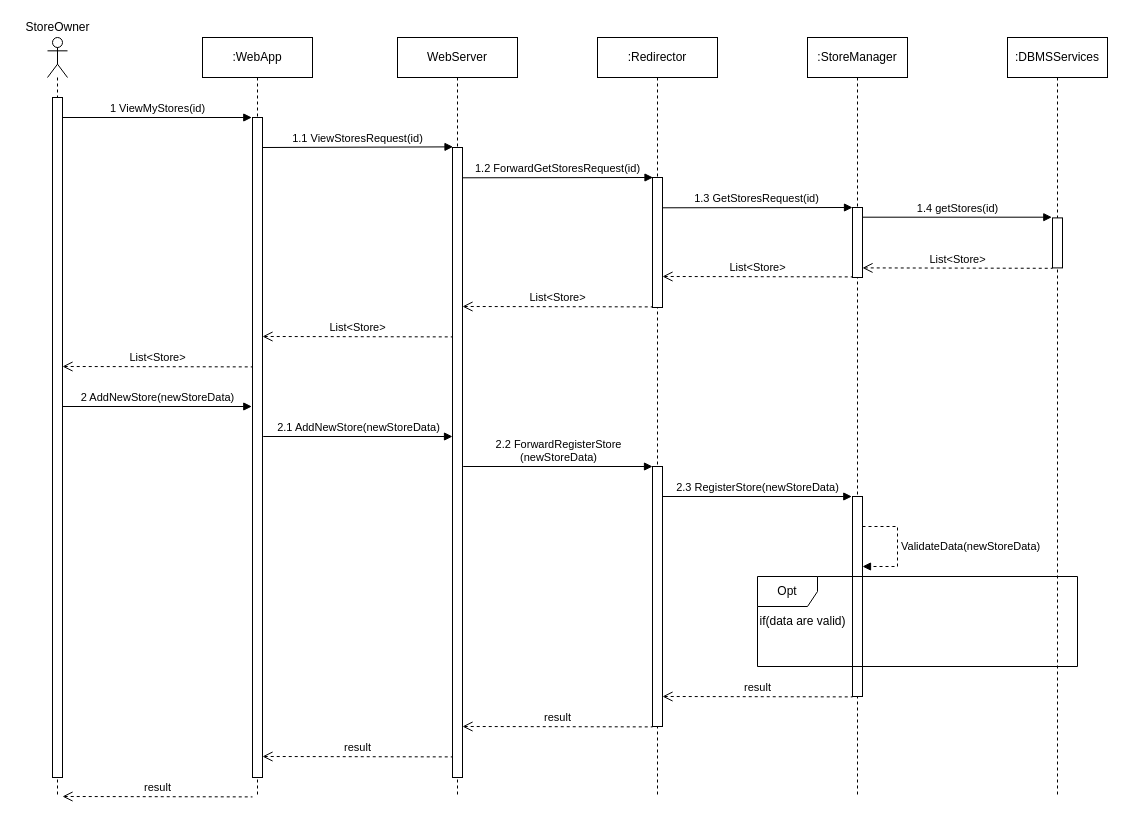
The draw.io diagram DD/Images/RuntimeViewStoreReg.drawio in StefanoAzzone/AbelliAzzone, before the edit. Source tidied: cells renumbered, new cells numbered last; positions are measured from the earlier drawing's top-left corner, leaving out a move shared by most shapes. Both pictures are drawn from the tidied source at 100%, with x=0, y=0 at pixel (17, 17).
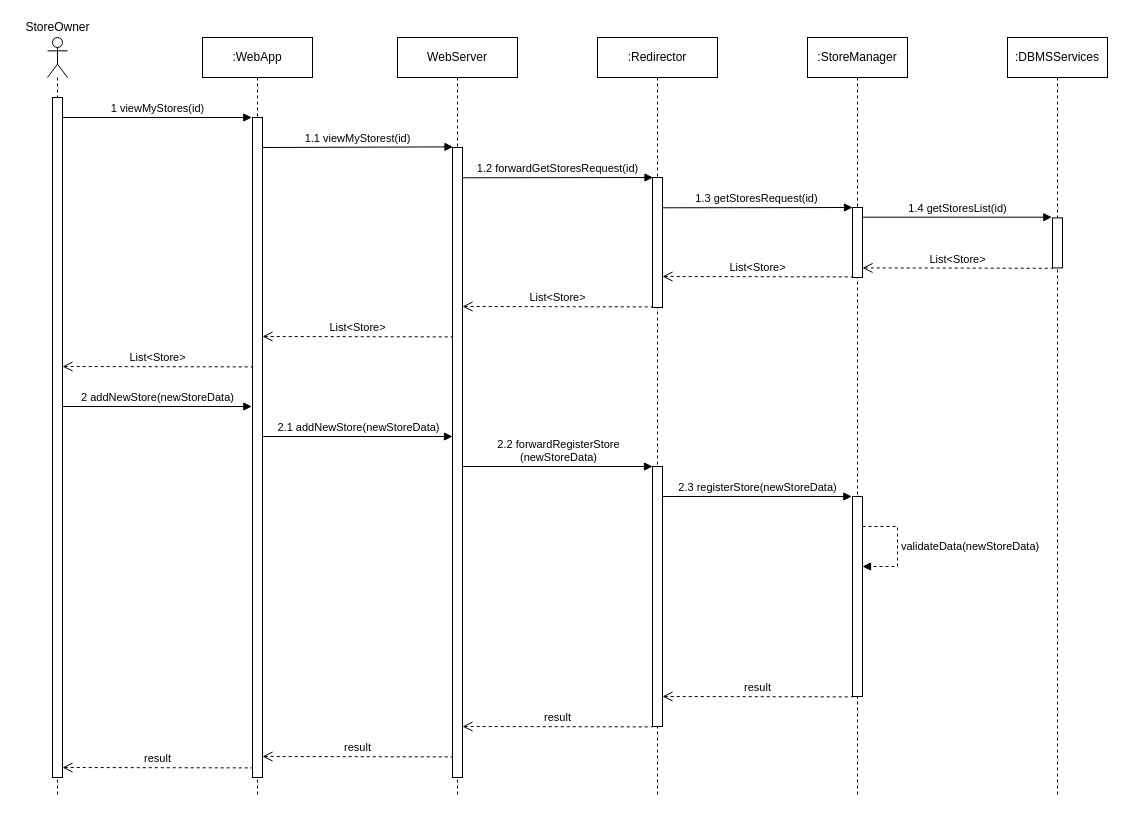
The same diagram, later.

Unchanged cells that the change refers to:
```xml
<mxCell id="4" value=":StoreManager" style="shape=umlLifeline;perimeter=lifelinePerimeter;whiteSpace=wrap;html=1;" parent="1" vertex="1">
  <mxGeometry x="790" y="20" width="100" height="760" as="geometry" />
</mxCell>
<mxCell id="17" style="html=1;points=[];perimeter=orthogonalPerimeter;" parent="1" vertex="1">
  <mxGeometry x="435" y="130" width="10" height="630" as="geometry" />
</mxCell>
```

Diff of the diagram source:
```diff
@@
-    <mxCell id="6" value="ValidateData(newStoreData)" style="edgeStyle=orthogonalEdgeStyle;html=1;align=left;spacingLeft=2;endArrow=block;rounded=0;entryX=1;entryY=0.444;dashed=1;entryDx=0;entryDy=0;entryPerimeter=0;" parent="4" edge="1">
+    <mxCell id="6" value="validateData(newStoreData)" style="edgeStyle=orthogonalEdgeStyle;html=1;align=left;spacingLeft=2;endArrow=block;rounded=0;entryX=1;entryY=0.444;dashed=1;entryDx=0;entryDy=0;entryPerimeter=0;" parent="4" edge="1">
       <mxGeometry relative="1" as="geometry">
         <mxPoint x="55" y="489" as="sourcePoint" />
         <mxPoint x="55" y="529" as="targetPoint" />
         <Array as="points">
           <mxPoint x="90" y="489" />
           <mxPoint x="90" y="529" />
         </Array>
       </mxGeometry>
     </mxCell>
@@
-    <mxCell id="12" value="1 ViewMyStores(id)" style="html=1;verticalAlign=bottom;startArrow=none;startFill=0;endArrow=block;startSize=8;exitX=1.067;exitY=0.286;exitDx=0;exitDy=0;exitPerimeter=0;" parent="1" edge="1">
+    <mxCell id="12" value="1 viewMyStores(id)" style="html=1;verticalAlign=bottom;startArrow=none;startFill=0;endArrow=block;startSize=8;exitX=1.067;exitY=0.286;exitDx=0;exitDy=0;exitPerimeter=0;" parent="1" edge="1">
       <mxGeometry relative="1" as="geometry">
         <mxPoint x="45" y="100" as="sourcePoint" />
         <mxPoint x="234.3" y="100" as="targetPoint" />
       </mxGeometry>
     </mxCell>
@@
-    <mxCell id="16" value="1.1 ViewStoresRequest(id)" style="html=1;verticalAlign=bottom;startArrow=none;startFill=0;endArrow=block;startSize=8;exitX=1.067;exitY=0.286;exitDx=0;exitDy=0;exitPerimeter=0;entryX=0.052;entryY=-0.001;entryDx=0;entryDy=0;entryPerimeter=0;" parent="1" edge="1" target="17">
+    <mxCell id="16" value="1.1 viewMyStorest(id)" style="html=1;verticalAlign=bottom;startArrow=none;startFill=0;endArrow=block;startSize=8;exitX=1.067;exitY=0.286;exitDx=0;exitDy=0;exitPerimeter=0;entryX=0.052;entryY=-0.001;entryDx=0;entryDy=0;entryPerimeter=0;" parent="1" edge="1" target="17">
       <mxGeometry relative="1" as="geometry">
         <mxPoint x="245" y="130" as="sourcePoint" />
       </mxGeometry>
     </mxCell>
@@
-    <mxCell id="18" value="1.2 ForwardGetStoresRequest(id)" style="html=1;verticalAlign=bottom;startArrow=none;startFill=0;endArrow=block;startSize=8;exitX=1.067;exitY=0.286;exitDx=0;exitDy=0;exitPerimeter=0;entryX=0.052;entryY=-0.001;entryDx=0;entryDy=0;entryPerimeter=0;" parent="1" edge="1">
+    <mxCell id="18" value="1.2 forwardGetStoresRequest(id)" style="html=1;verticalAlign=bottom;startArrow=none;startFill=0;endArrow=block;startSize=8;exitX=1.067;exitY=0.286;exitDx=0;exitDy=0;exitPerimeter=0;entryX=0.052;entryY=-0.001;entryDx=0;entryDy=0;entryPerimeter=0;" parent="1" edge="1">
       <mxGeometry relative="1" as="geometry">
         <mxPoint x="445" y="160.3" as="sourcePoint" />
         <mxPoint x="635.5" y="160" as="targetPoint" />
       </mxGeometry>
     </mxCell>
@@
-    <mxCell id="20" value="1.3 GetStoresRequest(id)" style="html=1;verticalAlign=bottom;startArrow=none;startFill=0;endArrow=block;startSize=8;exitX=1.067;exitY=0.286;exitDx=0;exitDy=0;exitPerimeter=0;entryX=0.052;entryY=-0.001;entryDx=0;entryDy=0;entryPerimeter=0;" parent="1" edge="1">
+    <mxCell id="20" value="1.3 getStoresRequest(id)" style="html=1;verticalAlign=bottom;startArrow=none;startFill=0;endArrow=block;startSize=8;exitX=1.067;exitY=0.286;exitDx=0;exitDy=0;exitPerimeter=0;entryX=0.052;entryY=-0.001;entryDx=0;entryDy=0;entryPerimeter=0;" parent="1" edge="1">
       <mxGeometry relative="1" as="geometry">
         <mxPoint x="644.5" y="190.3" as="sourcePoint" />
         <mxPoint x="835" y="190" as="targetPoint" />
       </mxGeometry>
     </mxCell>
@@
-    <mxCell id="25" value="2 AddNewStore(newStoreData)" style="html=1;verticalAlign=bottom;startArrow=none;startFill=0;endArrow=block;startSize=8;exitX=1.067;exitY=0.286;exitDx=0;exitDy=0;exitPerimeter=0;" parent="1" edge="1">
+    <mxCell id="25" value="2 addNewStore(newStoreData)" style="html=1;verticalAlign=bottom;startArrow=none;startFill=0;endArrow=block;startSize=8;exitX=1.067;exitY=0.286;exitDx=0;exitDy=0;exitPerimeter=0;" parent="1" edge="1">
       <mxGeometry relative="1" as="geometry">
         <mxPoint x="45" y="389" as="sourcePoint" />
         <mxPoint x="234.3" y="389" as="targetPoint" />
       </mxGeometry>
     </mxCell>
-    <mxCell id="26" value="2.1 AddNewStore(newStoreData)" style="html=1;verticalAlign=bottom;startArrow=none;startFill=0;endArrow=block;startSize=8;exitX=1.067;exitY=0.286;exitDx=0;exitDy=0;exitPerimeter=0;" parent="1" edge="1">
+    <mxCell id="26" value="2.1 addNewStore(newStoreData)" style="html=1;verticalAlign=bottom;startArrow=none;startFill=0;endArrow=block;startSize=8;exitX=1.067;exitY=0.286;exitDx=0;exitDy=0;exitPerimeter=0;" parent="1" edge="1">
       <mxGeometry relative="1" as="geometry">
         <mxPoint x="245.7" y="419" as="sourcePoint" />
         <mxPoint x="435" y="419" as="targetPoint" />
       </mxGeometry>
     </mxCell>
-    <mxCell id="27" value="&lt;div&gt;2.2 ForwardRegisterStore&lt;/div&gt;&lt;div&gt;(newStoreData)&lt;/div&gt;" style="html=1;verticalAlign=bottom;startArrow=none;startFill=0;endArrow=block;startSize=8;exitX=1.067;exitY=0.286;exitDx=0;exitDy=0;exitPerimeter=0;" parent="1" edge="1">
+    <mxCell id="27" value="&lt;div&gt;2.2 forwardRegisterStore&lt;/div&gt;&lt;div&gt;(newStoreData)&lt;/div&gt;" style="html=1;verticalAlign=bottom;startArrow=none;startFill=0;endArrow=block;startSize=8;exitX=1.067;exitY=0.286;exitDx=0;exitDy=0;exitPerimeter=0;" parent="1" edge="1">
       <mxGeometry relative="1" as="geometry">
         <mxPoint x="445.7" y="449" as="sourcePoint" />
         <mxPoint x="635" y="449" as="targetPoint" />
       </mxGeometry>
     </mxCell>
-    <mxCell id="28" value="&lt;div&gt;2.3 RegisterStore(newStoreData)&lt;/div&gt;" style="html=1;verticalAlign=bottom;startArrow=none;startFill=0;endArrow=block;startSize=8;exitX=1.067;exitY=0.286;exitDx=0;exitDy=0;exitPerimeter=0;" parent="1" edge="1">
+    <mxCell id="28" value="&lt;div&gt;2.3 registerStore(newStoreData)&lt;/div&gt;" style="html=1;verticalAlign=bottom;startArrow=none;startFill=0;endArrow=block;startSize=8;exitX=1.067;exitY=0.286;exitDx=0;exitDy=0;exitPerimeter=0;" parent="1" edge="1">
       <mxGeometry relative="1" as="geometry">
         <mxPoint x="645" y="479" as="sourcePoint" />
         <mxPoint x="834.3" y="479" as="targetPoint" />
       </mxGeometry>
     </mxCell>
-    <mxCell id="29" value="Opt" style="shape=umlFrame;whiteSpace=wrap;html=1;" parent="1" vertex="1">
-      <mxGeometry x="740" y="559" width="320" height="90" as="geometry" />
-    </mxCell>
-    <mxCell id="30" value="if(data are valid)" style="text;html=1;align=center;verticalAlign=middle;" parent="1" vertex="1">
-      <mxGeometry x="735" y="594" width="100" height="20" as="geometry" />
-    </mxCell>
-    <mxCell id="31" value="&lt;div&gt;1.4 getStores(id)&lt;/div&gt;" style="html=1;verticalAlign=bottom;startArrow=none;startFill=0;endArrow=block;startSize=8;exitX=1.067;exitY=0.286;exitDx=0;exitDy=0;exitPerimeter=0;" parent="1" edge="1">
+    <mxCell id="31" value="&lt;div&gt;1.4 getStoresList(id)&lt;/div&gt;" style="html=1;verticalAlign=bottom;startArrow=none;startFill=0;endArrow=block;startSize=8;exitX=1.067;exitY=0.286;exitDx=0;exitDy=0;exitPerimeter=0;" parent="1" edge="1">
       <mxGeometry relative="1" as="geometry">
         <mxPoint x="845" y="199.7" as="sourcePoint" />
         <mxPoint x="1034.3" y="199.7" as="targetPoint" />
       </mxGeometry>
     </mxCell>
@@
     <mxCell id="36" value="result" style="html=1;verticalAlign=bottom;startArrow=open;startFill=0;endArrow=none;startSize=8;dashed=1;endFill=0;exitX=1;exitY=0.533;exitDx=0;exitDy=0;exitPerimeter=0;" parent="1" edge="1">
       <mxGeometry relative="1" as="geometry">
-        <mxPoint x="45" y="779" as="sourcePoint" />
-        <mxPoint x="235" y="779.4" as="targetPoint" />
+        <mxPoint x="45" y="750" as="sourcePoint" />
+        <mxPoint x="235" y="750.4" as="targetPoint" />
       </mxGeometry>
     </mxCell>
```
